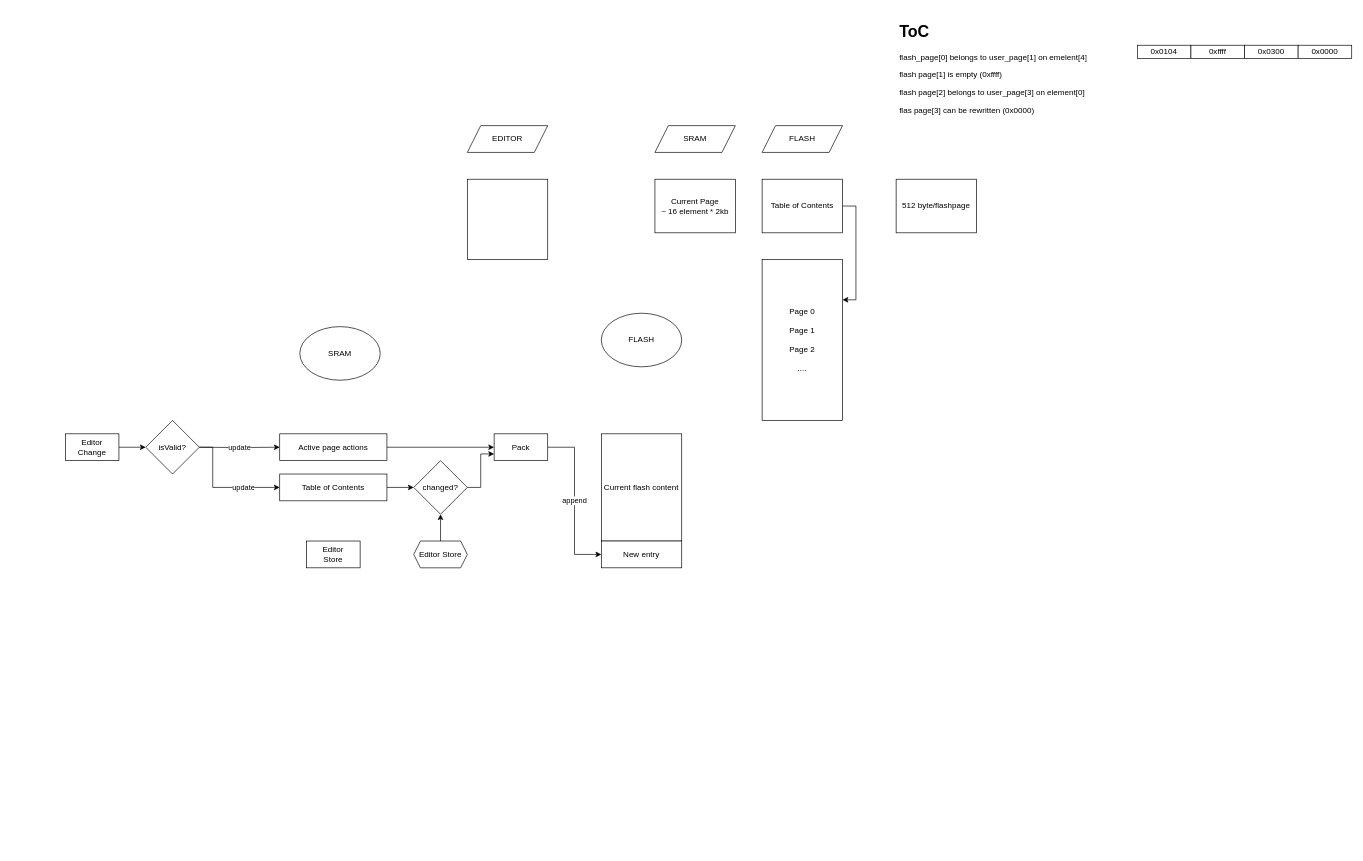
Above: page "Page-4" (4 of 4) of Documentation/FW_state_diagram.drawio in intechstudio/grid-fw (draw.io), before the change. Source tidied: cells renumbered, new cells numbered last; positions are measured from the earlier drawing's top-left corner, leaving out a move shared by most shapes. Both pictures are drawn from the tidied source at 67%, with x=0, y=0 at pixel (65, 18).
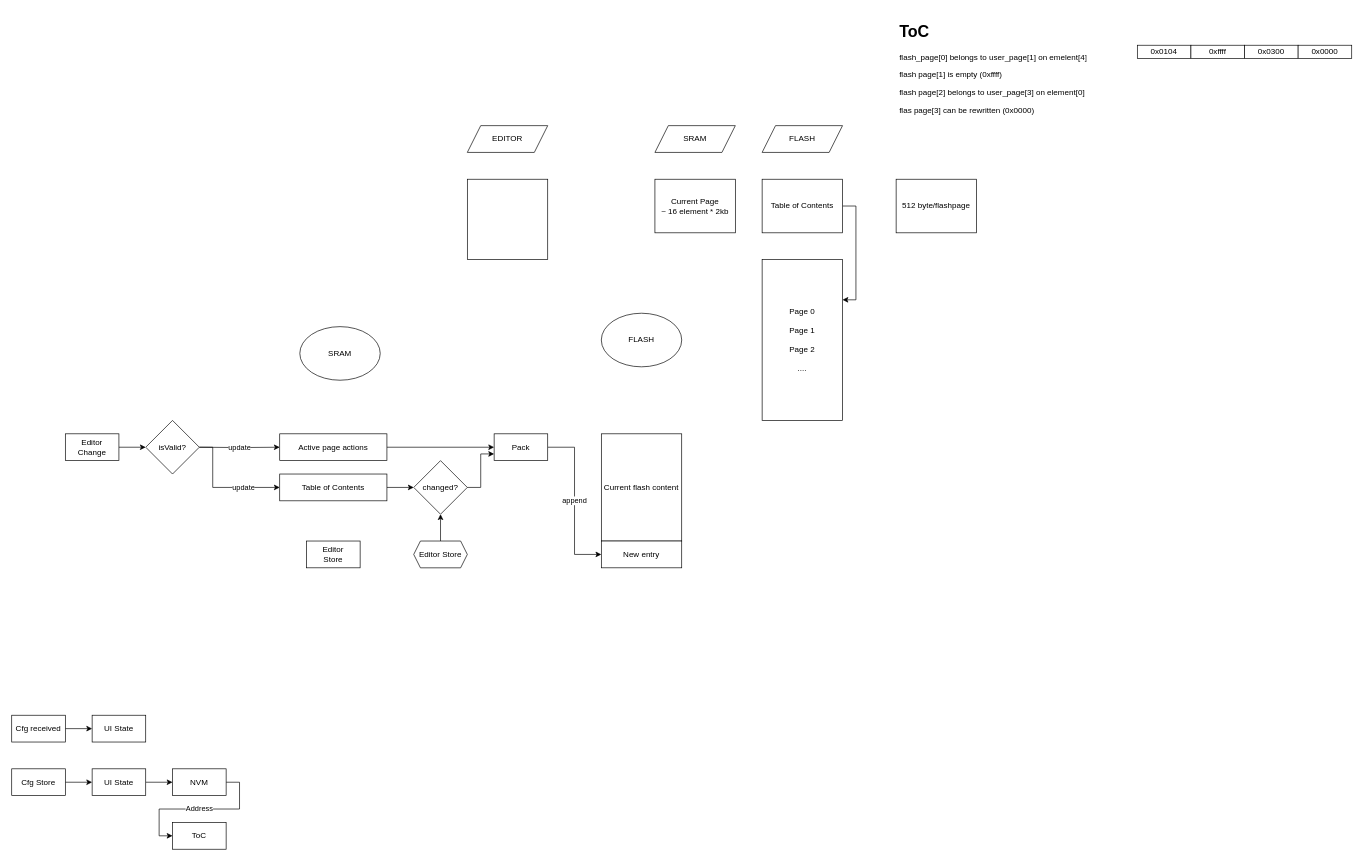
The same diagram, later.

Diff of the diagram source:
```diff
@@
+    <mxCell id="36" style="edgeStyle=orthogonalEdgeStyle;rounded=0;jettySize=auto;html=1;exitX=1;exitY=0.5;exitDx=0;exitDy=0;entryX=0;entryY=0.5;entryDx=0;entryDy=0;" parent="1" edge="1" source="37" target="38">
+      <mxGeometry relative="1" as="geometry" />
+    </mxCell>
+    <mxCell id="37" value="Cfg received" style="rounded=0;whiteSpace=wrap;html=1;" parent="1" vertex="1">
+      <mxGeometry x="-80" y="1040" width="80" height="40" as="geometry" />
+    </mxCell>
+    <mxCell id="38" value="UI State" style="rounded=0;whiteSpace=wrap;html=1;" parent="1" vertex="1">
+      <mxGeometry x="40" y="1040" width="80" height="40" as="geometry" />
+    </mxCell>
+    <mxCell id="39" style="edgeStyle=orthogonalEdgeStyle;rounded=0;jettySize=auto;html=1;exitX=1;exitY=0.5;exitDx=0;exitDy=0;entryX=0;entryY=0.5;entryDx=0;entryDy=0;" parent="1" edge="1" source="40" target="42">
+      <mxGeometry relative="1" as="geometry" />
+    </mxCell>
+    <mxCell id="40" value="Cfg Store" style="rounded=0;whiteSpace=wrap;html=1;" parent="1" vertex="1">
+      <mxGeometry x="-80" y="1120" width="80" height="40" as="geometry" />
+    </mxCell>
+    <mxCell id="41" style="edgeStyle=orthogonalEdgeStyle;rounded=0;jettySize=auto;html=1;exitX=1;exitY=0.5;exitDx=0;exitDy=0;entryX=0;entryY=0.5;entryDx=0;entryDy=0;" parent="1" edge="1" source="42" target="45">
+      <mxGeometry relative="1" as="geometry" />
+    </mxCell>
+    <mxCell id="42" value="UI State" style="rounded=0;whiteSpace=wrap;html=1;" parent="1" vertex="1">
+      <mxGeometry x="40" y="1120" width="80" height="40" as="geometry" />
+    </mxCell>
+    <mxCell id="43" value="ToC" style="rounded=0;whiteSpace=wrap;html=1;" parent="1" vertex="1">
+      <mxGeometry x="160" y="1200" width="80" height="40" as="geometry" />
+    </mxCell>
+    <mxCell id="44" value="Address" style="edgeStyle=orthogonalEdgeStyle;rounded=0;jettySize=auto;html=1;exitX=1;exitY=0.5;exitDx=0;exitDy=0;entryX=0;entryY=0.5;entryDx=0;entryDy=0;" parent="1" edge="1" source="45" target="43">
+      <mxGeometry relative="1" as="geometry" />
+    </mxCell>
+    <mxCell id="45" value="NVM" style="rounded=0;whiteSpace=wrap;html=1;" parent="1" vertex="1">
+      <mxGeometry x="160" y="1120" width="80" height="40" as="geometry" />
+    </mxCell>
```
